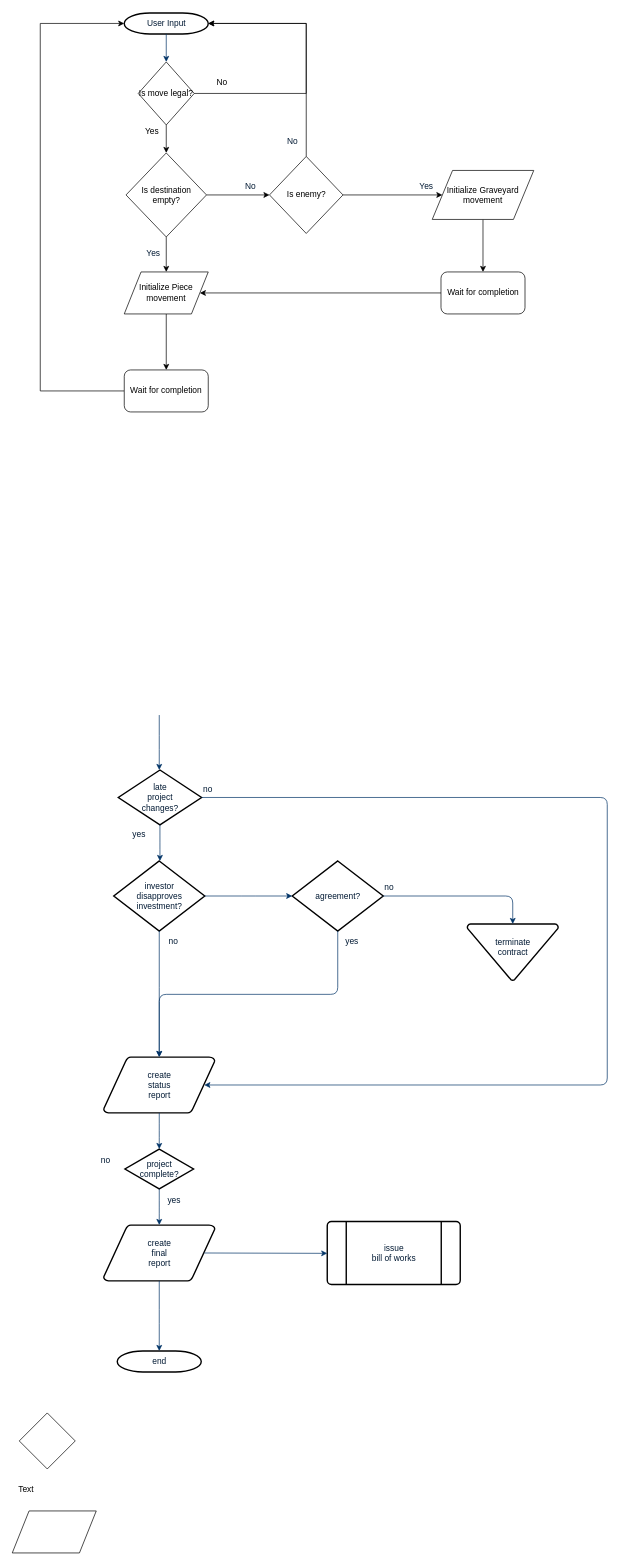
Above: Chess Diagram.drawio in rsolo93/Chess (draw.io), before the change. Source tidied: cells renumbered, new cells numbered last; positions are measured from the earlier drawing's top-left corner, leaving out a move shared by most shapes. Both pictures are drawn from the tidied source at 70%, with x=0, y=0 at pixel (12, 13).
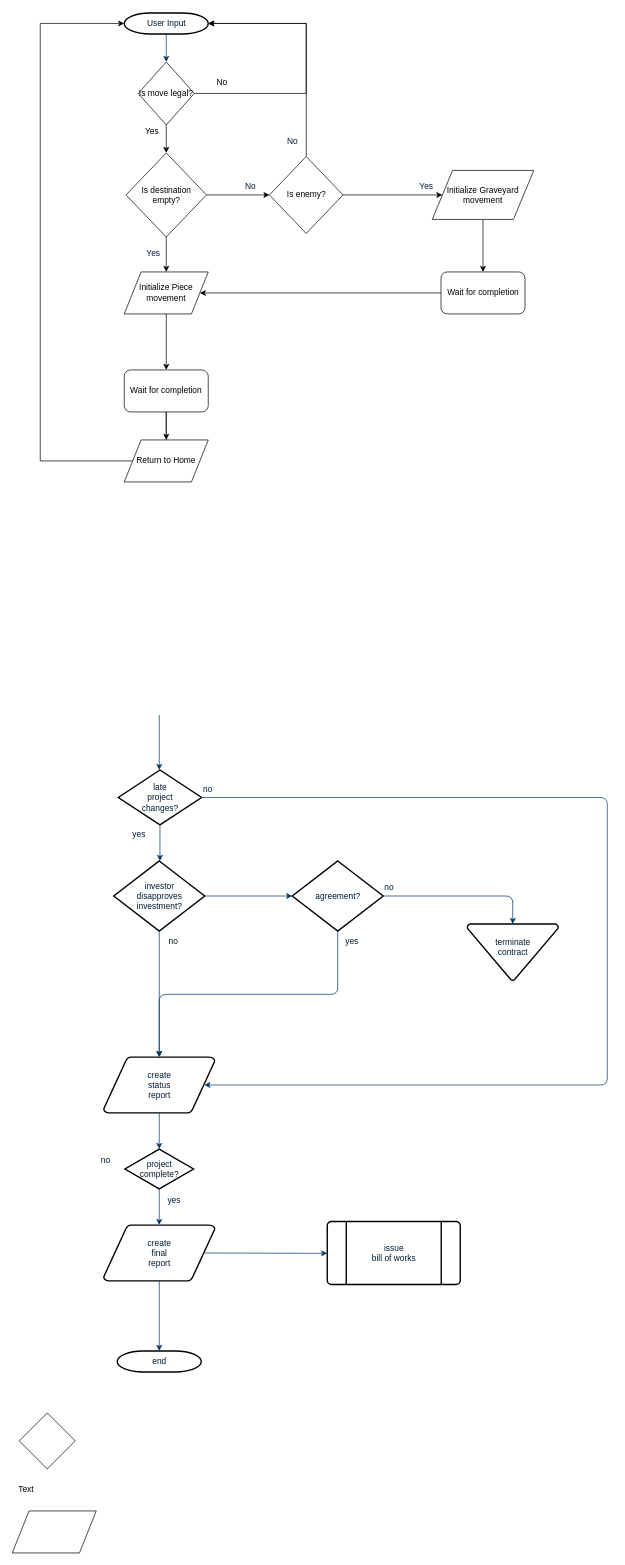
Above is the later version.

Unchanged cells that the change refers to:
```xml
<mxCell id="2" value="User Input" style="shape=mxgraph.flowchart.terminator;fillColor=#FFFFFF;strokeColor=#000000;strokeWidth=2;gradientColor=none;gradientDirection=north;fontColor=#001933;fontStyle=0;html=1;" parent="1" vertex="1">
  <mxGeometry x="160" width="120" height="30" as="geometry" />
</mxCell>
<mxCell id="56" value="Wait for completion" style="rounded=1;whiteSpace=wrap;html=1;" parent="1" vertex="1">
  <mxGeometry x="160" y="510" width="120" height="60" as="geometry" />
</mxCell>
```

What changed in the source:
```diff
@@
     <mxCell id="55" style="edgeStyle=orthogonalEdgeStyle;rounded=0;jettySize=auto;html=1;entryX=0;entryY=0.5;entryDx=0;entryDy=0;entryPerimeter=0;" parent="1" edge="1" source="56" target="2">
       <mxGeometry relative="1" as="geometry">
         <Array as="points">
-          <mxPoint x="40" y="540" />
+          <mxPoint x="220" y="640" />
+          <mxPoint x="40" y="640" />
           <mxPoint x="40" y="15" />
         </Array>
       </mxGeometry>
     </mxCell>
+    <mxCell id="57" style="edgeStyle=orthogonalEdgeStyle;rounded=0;jettySize=auto;html=1;" parent="1" edge="1" source="56" target="58">
+      <mxGeometry relative="1" as="geometry" />
+    </mxCell>
@@
+    <mxCell id="58" value="Return to Home" style="shape=parallelogram;perimeter=parallelogramPerimeter;whiteSpace=wrap;html=1;" parent="1" vertex="1">
+      <mxGeometry x="160" y="610" width="120" height="60" as="geometry" />
+    </mxCell>
```
